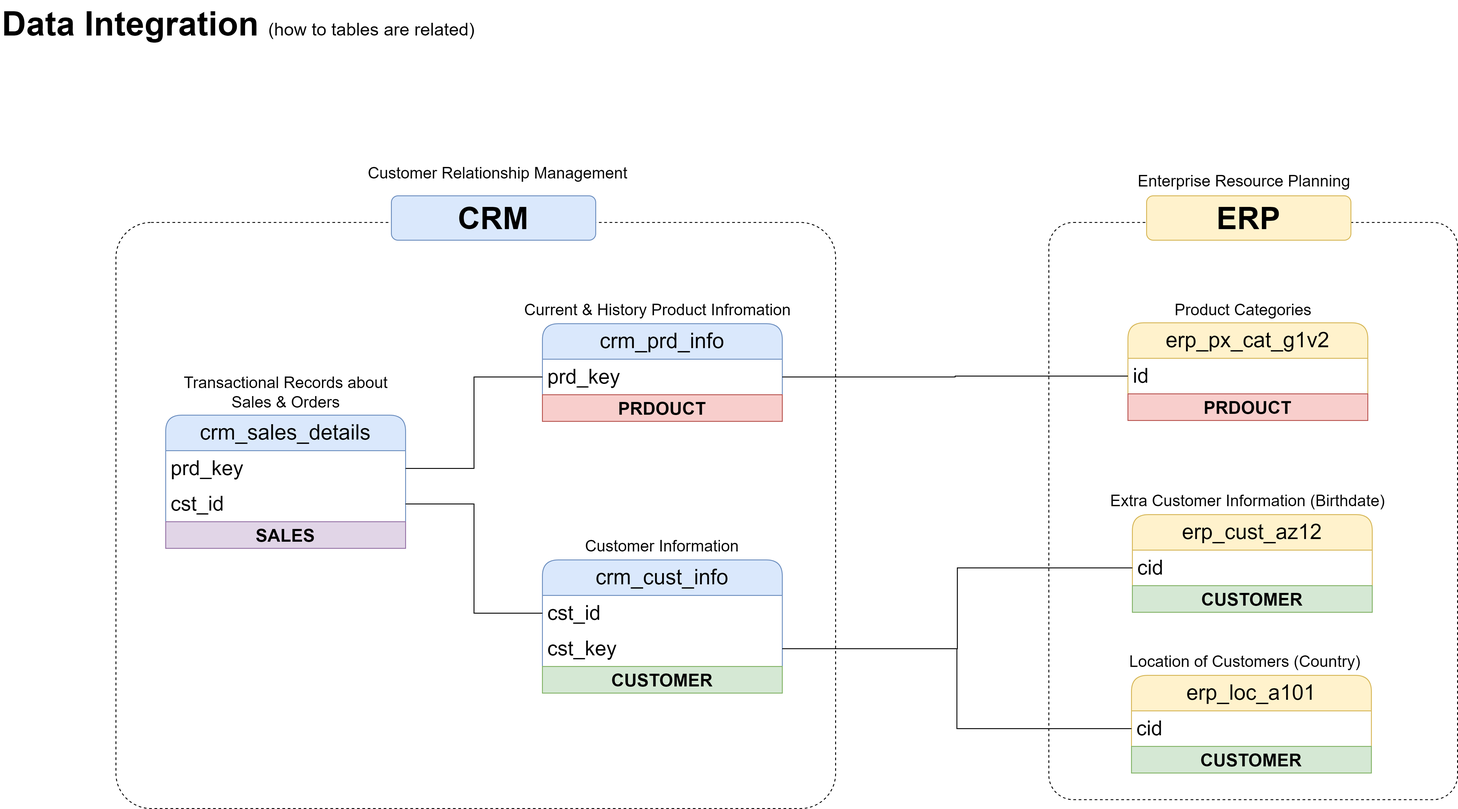
Before: docs/data_integration.png, a diagram exported from draw.io (panixg/SQL_Datawarehouse_project_new). Source tidied: cells renumbered, new cells last; positions are measured from the earlier drawing's top-left corner, leaving out a move shared by most shapes. Its diagram source:
```xml
<mxGraphModel>
  <root>
    <mxCell id="0" />
    <mxCell id="1" parent="0" />
    <mxCell id="2" style="rounded=1;whiteSpace=wrap;html=1;arcSize=6;fillColor=none;dashed=1;" parent="1" vertex="1">
      <mxGeometry x="130" y="250" width="810" height="660" as="geometry" />
    </mxCell>
    <mxCell id="3" style="rounded=1;whiteSpace=wrap;html=1;arcSize=6;fillColor=none;dashed=1;" parent="1" vertex="1">
      <mxGeometry x="1180" y="250" width="460" height="650" as="geometry" />
    </mxCell>
    <mxCell id="4" value="&lt;font style=&quot;&quot;&gt;&lt;b&gt;Data Integration&amp;nbsp;&lt;/b&gt;&lt;font style=&quot;font-size: 20px;&quot;&gt;(how to tables are related)&lt;/font&gt;&lt;br style=&quot;font-size: 38px;&quot;&gt;&lt;/font&gt;" style="text;html=1;strokeColor=none;fillColor=none;align=left;verticalAlign=middle;whiteSpace=wrap;rounded=1;fontSize=38;fontFamily=Helvetica;" parent="1" vertex="1">
      <mxGeometry width="770" height="54" as="geometry" />
    </mxCell>
    <mxCell id="5" value="crm_cust_info" style="swimlane;fontStyle=0;horizontal=1;startSize=40;whiteSpace=wrap;html=1;rounded=1;fillColor=#dae8fc;strokeColor=#6c8ebf;fontSize=24;" parent="1" vertex="1">
      <mxGeometry x="610" y="630" width="270" height="150" as="geometry" />
    </mxCell>
    <mxCell id="6" value="cst_id" style="text;strokeColor=none;fillColor=none;align=left;verticalAlign=middle;spacingLeft=4;spacingRight=4;overflow=hidden;points=[[0,0.5],[1,0.5]];portConstraint=eastwest;whiteSpace=wrap;html=1;fontSize=23;" parent="5" vertex="1">
      <mxGeometry y="40" width="270" height="40" as="geometry" />
    </mxCell>
    <mxCell id="7" value="cst_key" style="text;strokeColor=none;fillColor=none;align=left;verticalAlign=middle;spacingLeft=4;spacingRight=4;overflow=hidden;points=[[0,0.5],[1,0.5]];portConstraint=eastwest;whiteSpace=wrap;html=1;fontSize=23;" parent="5" vertex="1">
      <mxGeometry y="80" width="270" height="40" as="geometry" />
    </mxCell>
    <mxCell id="8" value="CUSTOMER" style="text;html=1;strokeColor=#82b366;fillColor=#d5e8d4;align=center;verticalAlign=middle;whiteSpace=wrap;overflow=hidden;fontSize=20;fontStyle=1;" parent="5" vertex="1">
      <mxGeometry y="120" width="270" height="30" as="geometry" />
    </mxCell>
    <mxCell id="9" value="&lt;font style=&quot;font-size: 18px;&quot;&gt;Customer Information&lt;/font&gt;" style="text;html=1;strokeColor=none;fillColor=none;align=center;verticalAlign=middle;whiteSpace=wrap;rounded=0;fontSize=18;" parent="1" vertex="1">
      <mxGeometry x="615" y="600" width="260" height="30" as="geometry" />
    </mxCell>
    <mxCell id="10" value="crm_prd_info" style="swimlane;fontStyle=0;horizontal=1;startSize=40;whiteSpace=wrap;html=1;rounded=1;fillColor=#dae8fc;strokeColor=#6c8ebf;fontSize=24;" parent="1" vertex="1">
      <mxGeometry x="610" y="364" width="270" height="110" as="geometry" />
    </mxCell>
    <mxCell id="11" value="prd_key" style="text;strokeColor=none;fillColor=none;align=left;verticalAlign=middle;spacingLeft=4;spacingRight=4;overflow=hidden;points=[[0,0.5],[1,0.5]];portConstraint=eastwest;whiteSpace=wrap;html=1;fontSize=23;" parent="10" vertex="1">
      <mxGeometry y="40" width="270" height="40" as="geometry" />
    </mxCell>
    <mxCell id="12" value="PRDOUCT" style="text;html=1;strokeColor=#b85450;fillColor=#f8cecc;align=center;verticalAlign=middle;whiteSpace=wrap;overflow=hidden;fontSize=20;fontStyle=1;" parent="10" vertex="1">
      <mxGeometry y="80" width="270" height="30" as="geometry" />
    </mxCell>
    <mxCell id="13" value="&lt;font style=&quot;font-size: 18px;&quot;&gt;Current &amp;amp; History Product Infromation&lt;/font&gt;" style="text;html=1;strokeColor=none;fillColor=none;align=center;verticalAlign=middle;whiteSpace=wrap;rounded=0;fontSize=18;" parent="1" vertex="1">
      <mxGeometry x="560" y="334" width="360" height="30" as="geometry" />
    </mxCell>
    <mxCell id="14" value="crm_sales_details" style="swimlane;fontStyle=0;horizontal=1;startSize=40;whiteSpace=wrap;html=1;rounded=1;fillColor=#dae8fc;strokeColor=#6c8ebf;fontSize=24;" parent="1" vertex="1">
      <mxGeometry x="186" y="467" width="270" height="150" as="geometry" />
    </mxCell>
    <mxCell id="15" value="prd_key" style="text;strokeColor=none;fillColor=none;align=left;verticalAlign=middle;spacingLeft=4;spacingRight=4;overflow=hidden;points=[[0,0.5],[1,0.5]];portConstraint=eastwest;whiteSpace=wrap;html=1;fontSize=23;" parent="14" vertex="1">
      <mxGeometry y="40" width="270" height="40" as="geometry" />
    </mxCell>
    <mxCell id="16" value="cst_id" style="text;strokeColor=none;fillColor=none;align=left;verticalAlign=middle;spacingLeft=4;spacingRight=4;overflow=hidden;points=[[0,0.5],[1,0.5]];portConstraint=eastwest;whiteSpace=wrap;html=1;fontSize=23;" parent="14" vertex="1">
      <mxGeometry y="80" width="270" height="40" as="geometry" />
    </mxCell>
    <mxCell id="17" value="SALES" style="text;html=1;strokeColor=#9673a6;fillColor=#e1d5e7;align=center;verticalAlign=middle;whiteSpace=wrap;overflow=hidden;fontSize=20;fontStyle=1;" parent="14" vertex="1">
      <mxGeometry y="120" width="270" height="30" as="geometry" />
    </mxCell>
    <mxCell id="18" value="&lt;font style=&quot;font-size: 18px;&quot;&gt;Transactional Records about Sales &amp;amp; Orders&lt;/font&gt;" style="text;html=1;strokeColor=none;fillColor=none;align=center;verticalAlign=middle;whiteSpace=wrap;rounded=0;fontSize=18;" parent="1" vertex="1">
      <mxGeometry x="188.5" y="427" width="265" height="30" as="geometry" />
    </mxCell>
    <mxCell id="19" style="edgeStyle=orthogonalEdgeStyle;rounded=0;jettySize=auto;html=1;entryX=0;entryY=0.5;entryDx=0;entryDy=0;endArrow=none;endFill=0;" parent="1" edge="1" source="16" target="6">
      <mxGeometry relative="1" as="geometry" />
    </mxCell>
    <mxCell id="20" style="edgeStyle=orthogonalEdgeStyle;rounded=0;jettySize=auto;html=1;entryX=0;entryY=0.5;entryDx=0;entryDy=0;endArrow=none;endFill=0;" parent="1" edge="1" source="15" target="11">
      <mxGeometry relative="1" as="geometry" />
    </mxCell>
    <mxCell id="21" value="erp_cust_az12" style="swimlane;fontStyle=0;horizontal=1;startSize=40;whiteSpace=wrap;html=1;rounded=1;fillColor=#fff2cc;strokeColor=#d6b656;fontSize=24;" parent="1" vertex="1">
      <mxGeometry x="1274" y="579" width="270" height="110" as="geometry" />
    </mxCell>
    <mxCell id="22" value="cid" style="text;strokeColor=none;fillColor=none;align=left;verticalAlign=middle;spacingLeft=4;spacingRight=4;overflow=hidden;points=[[0,0.5],[1,0.5]];portConstraint=eastwest;whiteSpace=wrap;html=1;fontSize=23;" parent="21" vertex="1">
      <mxGeometry y="40" width="270" height="40" as="geometry" />
    </mxCell>
    <mxCell id="23" value="CUSTOMER" style="text;html=1;strokeColor=#82b366;fillColor=#d5e8d4;align=center;verticalAlign=middle;whiteSpace=wrap;overflow=hidden;fontSize=20;fontStyle=1;" parent="21" vertex="1">
      <mxGeometry y="80" width="270" height="30" as="geometry" />
    </mxCell>
    <mxCell id="24" value="&lt;font style=&quot;font-size: 18px;&quot;&gt;Extra Customer Information (Birthdate)&lt;/font&gt;" style="text;html=1;strokeColor=none;fillColor=none;align=center;verticalAlign=middle;whiteSpace=wrap;rounded=0;fontSize=18;" parent="1" vertex="1">
      <mxGeometry x="1224" y="549" width="360" height="30" as="geometry" />
    </mxCell>
    <mxCell id="25" value="erp_loc_a101" style="swimlane;fontStyle=0;horizontal=1;startSize=40;whiteSpace=wrap;html=1;rounded=1;fillColor=#fff2cc;strokeColor=#d6b656;fontSize=24;" parent="1" vertex="1">
      <mxGeometry x="1273" y="760" width="270" height="110" as="geometry" />
    </mxCell>
    <mxCell id="26" value="cid" style="text;strokeColor=none;fillColor=none;align=left;verticalAlign=middle;spacingLeft=4;spacingRight=4;overflow=hidden;points=[[0,0.5],[1,0.5]];portConstraint=eastwest;whiteSpace=wrap;html=1;fontSize=23;" parent="25" vertex="1">
      <mxGeometry y="40" width="270" height="40" as="geometry" />
    </mxCell>
    <mxCell id="27" value="CUSTOMER" style="text;html=1;strokeColor=#82b366;fillColor=#d5e8d4;align=center;verticalAlign=middle;whiteSpace=wrap;overflow=hidden;fontSize=20;fontStyle=1;" parent="25" vertex="1">
      <mxGeometry y="80" width="270" height="30" as="geometry" />
    </mxCell>
    <mxCell id="28" value="&lt;font style=&quot;font-size: 18px;&quot;&gt;Location of Customers (Country)&lt;/font&gt;" style="text;html=1;strokeColor=none;fillColor=none;align=center;verticalAlign=middle;whiteSpace=wrap;rounded=0;fontSize=18;" parent="1" vertex="1">
      <mxGeometry x="1221" y="730" width="360" height="30" as="geometry" />
    </mxCell>
    <mxCell id="29" value="erp_px_cat_g1v2" style="swimlane;fontStyle=0;horizontal=1;startSize=40;whiteSpace=wrap;html=1;rounded=1;fillColor=#fff2cc;strokeColor=#d6b656;fontSize=24;" parent="1" vertex="1">
      <mxGeometry x="1269" y="363" width="270" height="110" as="geometry" />
    </mxCell>
    <mxCell id="30" value="id" style="text;strokeColor=none;fillColor=none;align=left;verticalAlign=middle;spacingLeft=4;spacingRight=4;overflow=hidden;points=[[0,0.5],[1,0.5]];portConstraint=eastwest;whiteSpace=wrap;html=1;fontSize=23;" parent="29" vertex="1">
      <mxGeometry y="40" width="270" height="40" as="geometry" />
    </mxCell>
    <mxCell id="31" value="PRDOUCT" style="text;html=1;strokeColor=#b85450;fillColor=#f8cecc;align=center;verticalAlign=middle;whiteSpace=wrap;overflow=hidden;fontSize=20;fontStyle=1;" parent="29" vertex="1">
      <mxGeometry y="80" width="270" height="30" as="geometry" />
    </mxCell>
    <mxCell id="32" value="&lt;font style=&quot;font-size: 18px;&quot;&gt;Product Categories&lt;/font&gt;" style="text;html=1;strokeColor=none;fillColor=none;align=center;verticalAlign=middle;whiteSpace=wrap;rounded=0;fontSize=18;" parent="1" vertex="1">
      <mxGeometry x="1219" y="334" width="360" height="30" as="geometry" />
    </mxCell>
    <mxCell id="33" style="edgeStyle=orthogonalEdgeStyle;rounded=0;jettySize=auto;html=1;entryX=1;entryY=0.5;entryDx=0;entryDy=0;endArrow=none;endFill=0;" parent="1" edge="1" source="30" target="11">
      <mxGeometry relative="1" as="geometry" />
    </mxCell>
    <mxCell id="34" value="&lt;font style=&quot;font-size: 35px;&quot;&gt;&lt;b&gt;CRM&lt;/b&gt;&lt;/font&gt;" style="rounded=1;whiteSpace=wrap;html=1;fillColor=#dae8fc;strokeColor=#6c8ebf;" parent="1" vertex="1">
      <mxGeometry x="440" y="220" width="230" height="50" as="geometry" />
    </mxCell>
    <mxCell id="35" value="&lt;font style=&quot;font-size: 35px;&quot;&gt;&lt;b&gt;ERP&lt;/b&gt;&lt;/font&gt;" style="rounded=1;whiteSpace=wrap;html=1;fillColor=#fff2cc;strokeColor=#d6b656;" parent="1" vertex="1">
      <mxGeometry x="1290" y="220" width="230" height="50" as="geometry" />
    </mxCell>
    <mxCell id="36" style="edgeStyle=orthogonalEdgeStyle;rounded=0;jettySize=auto;html=1;entryX=1;entryY=0.5;entryDx=0;entryDy=0;endArrow=none;endFill=0;" parent="1" edge="1" source="26" target="7">
      <mxGeometry relative="1" as="geometry" />
    </mxCell>
    <mxCell id="37" style="edgeStyle=orthogonalEdgeStyle;rounded=0;jettySize=auto;html=1;entryX=1;entryY=0.5;entryDx=0;entryDy=0;endArrow=none;endFill=0;" parent="1" edge="1" source="22" target="7">
      <mxGeometry relative="1" as="geometry" />
    </mxCell>
    <mxCell id="38" value="&lt;font style=&quot;font-size: 18px;&quot;&gt;Customer Relationship Management&lt;/font&gt;" style="text;html=1;strokeColor=none;fillColor=none;align=center;verticalAlign=middle;whiteSpace=wrap;rounded=0;fontSize=18;" parent="1" vertex="1">
      <mxGeometry x="380" y="180" width="360" height="30" as="geometry" />
    </mxCell>
    <mxCell id="39" value="&lt;font style=&quot;font-size: 18px;&quot;&gt;Enterprise Resource Planning&lt;/font&gt;" style="text;html=1;strokeColor=none;fillColor=none;align=center;verticalAlign=middle;whiteSpace=wrap;rounded=0;fontSize=18;" parent="1" vertex="1">
      <mxGeometry x="1220" y="189" width="360" height="30" as="geometry" />
    </mxCell>
  </root>
</mxGraphModel>
```
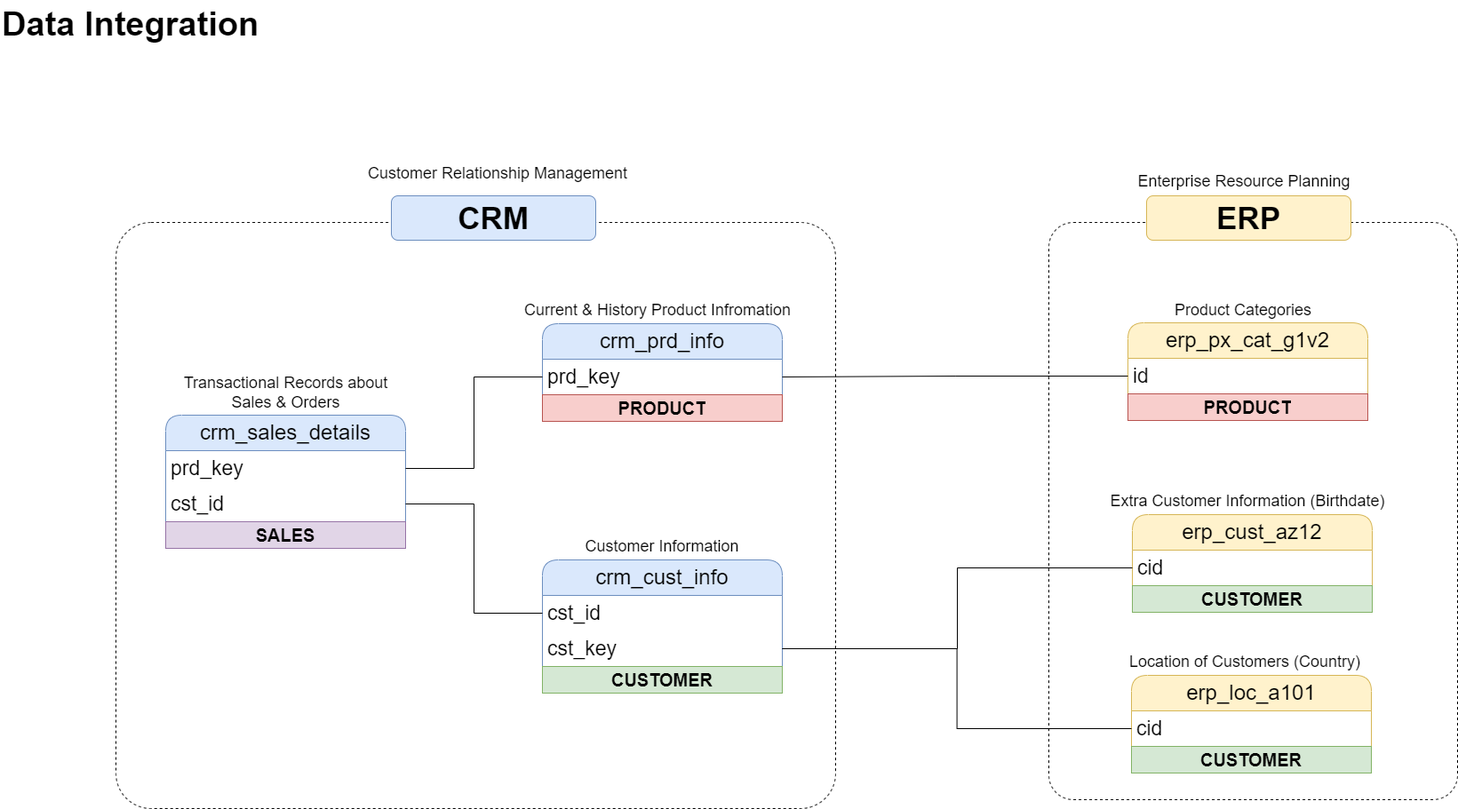
Above is the later version.

What changed in the source:
```diff
@@ -8,7 +8,7 @@
     <mxCell id="3" style="rounded=1;whiteSpace=wrap;html=1;arcSize=6;fillColor=none;dashed=1;" parent="1" vertex="1">
       <mxGeometry x="1180" y="250" width="460" height="650" as="geometry" />
     </mxCell>
-    <mxCell id="4" value="&lt;font style=&quot;&quot;&gt;&lt;b&gt;Data Integration&amp;nbsp;&lt;/b&gt;&lt;font style=&quot;font-size: 20px;&quot;&gt;(how to tables are related)&lt;/font&gt;&lt;br style=&quot;font-size: 38px;&quot;&gt;&lt;/font&gt;" style="text;html=1;strokeColor=none;fillColor=none;align=left;verticalAlign=middle;whiteSpace=wrap;rounded=1;fontSize=38;fontFamily=Helvetica;" parent="1" vertex="1">
+    <mxCell id="4" value="&lt;font style=&quot;&quot;&gt;&lt;b&gt;Data Integration&lt;/b&gt;&lt;br style=&quot;font-size: 38px;&quot;&gt;&lt;/font&gt;" style="text;html=1;strokeColor=none;fillColor=none;align=left;verticalAlign=middle;whiteSpace=wrap;rounded=1;fontSize=38;fontFamily=Helvetica;" parent="1" vertex="1">
       <mxGeometry width="770" height="54" as="geometry" />
     </mxCell>
     <mxCell id="5" value="crm_cust_info" style="swimlane;fontStyle=0;horizontal=1;startSize=40;whiteSpace=wrap;html=1;rounded=1;fillColor=#dae8fc;strokeColor=#6c8ebf;fontSize=24;" parent="1" vertex="1">
@@ -32,7 +32,7 @@
     <mxCell id="11" value="prd_key" style="text;strokeColor=none;fillColor=none;align=left;verticalAlign=middle;spacingLeft=4;spacingRight=4;overflow=hidden;points=[[0,0.5],[1,0.5]];portConstraint=eastwest;whiteSpace=wrap;html=1;fontSize=23;" parent="10" vertex="1">
       <mxGeometry y="40" width="270" height="40" as="geometry" />
     </mxCell>
-    <mxCell id="12" value="PRDOUCT" style="text;html=1;strokeColor=#b85450;fillColor=#f8cecc;align=center;verticalAlign=middle;whiteSpace=wrap;overflow=hidden;fontSize=20;fontStyle=1;" parent="10" vertex="1">
+    <mxCell id="12" value="PRODUCT" style="text;html=1;strokeColor=#b85450;fillColor=#f8cecc;align=center;verticalAlign=middle;whiteSpace=wrap;overflow=hidden;fontSize=20;fontStyle=1;" parent="10" vertex="1">
       <mxGeometry y="80" width="270" height="30" as="geometry" />
     </mxCell>
     <mxCell id="13" value="&lt;font style=&quot;font-size: 18px;&quot;&gt;Current &amp;amp; History Product Infromation&lt;/font&gt;" style="text;html=1;strokeColor=none;fillColor=none;align=center;verticalAlign=middle;whiteSpace=wrap;rounded=0;fontSize=18;" parent="1" vertex="1">
@@ -89,7 +89,7 @@
     <mxCell id="30" value="id" style="text;strokeColor=none;fillColor=none;align=left;verticalAlign=middle;spacingLeft=4;spacingRight=4;overflow=hidden;points=[[0,0.5],[1,0.5]];portConstraint=eastwest;whiteSpace=wrap;html=1;fontSize=23;" parent="29" vertex="1">
       <mxGeometry y="40" width="270" height="40" as="geometry" />
     </mxCell>
-    <mxCell id="31" value="PRDOUCT" style="text;html=1;strokeColor=#b85450;fillColor=#f8cecc;align=center;verticalAlign=middle;whiteSpace=wrap;overflow=hidden;fontSize=20;fontStyle=1;" parent="29" vertex="1">
+    <mxCell id="31" value="PRODUCT" style="text;html=1;strokeColor=#b85450;fillColor=#f8cecc;align=center;verticalAlign=middle;whiteSpace=wrap;overflow=hidden;fontSize=20;fontStyle=1;" parent="29" vertex="1">
       <mxGeometry y="80" width="270" height="30" as="geometry" />
     </mxCell>
     <mxCell id="32" value="&lt;font style=&quot;font-size: 18px;&quot;&gt;Product Categories&lt;/font&gt;" style="text;html=1;strokeColor=none;fillColor=none;align=center;verticalAlign=middle;whiteSpace=wrap;rounded=0;fontSize=18;" parent="1" vertex="1">
```
